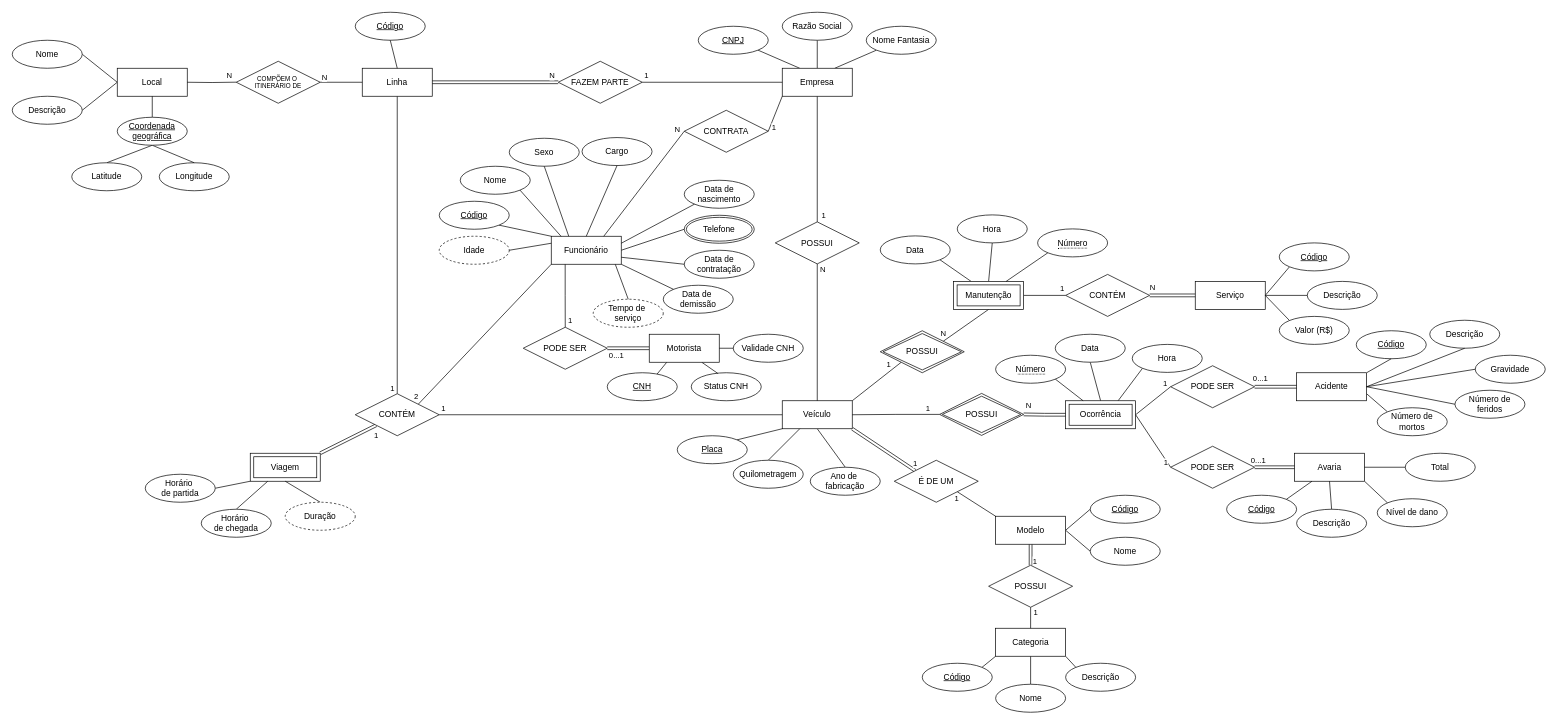
Earlier version of the draw.io diagram drawio/conceptual_model.drawio (gscolombo/Projeto---BD). Source tidied: cells renumbered, new cells numbered last; positions are measured from the earlier drawing's top-left corner, leaving out a move shared by most shapes. Both pictures are drawn from the tidied source at 70%, with x=0, y=0 at pixel (12, 12).
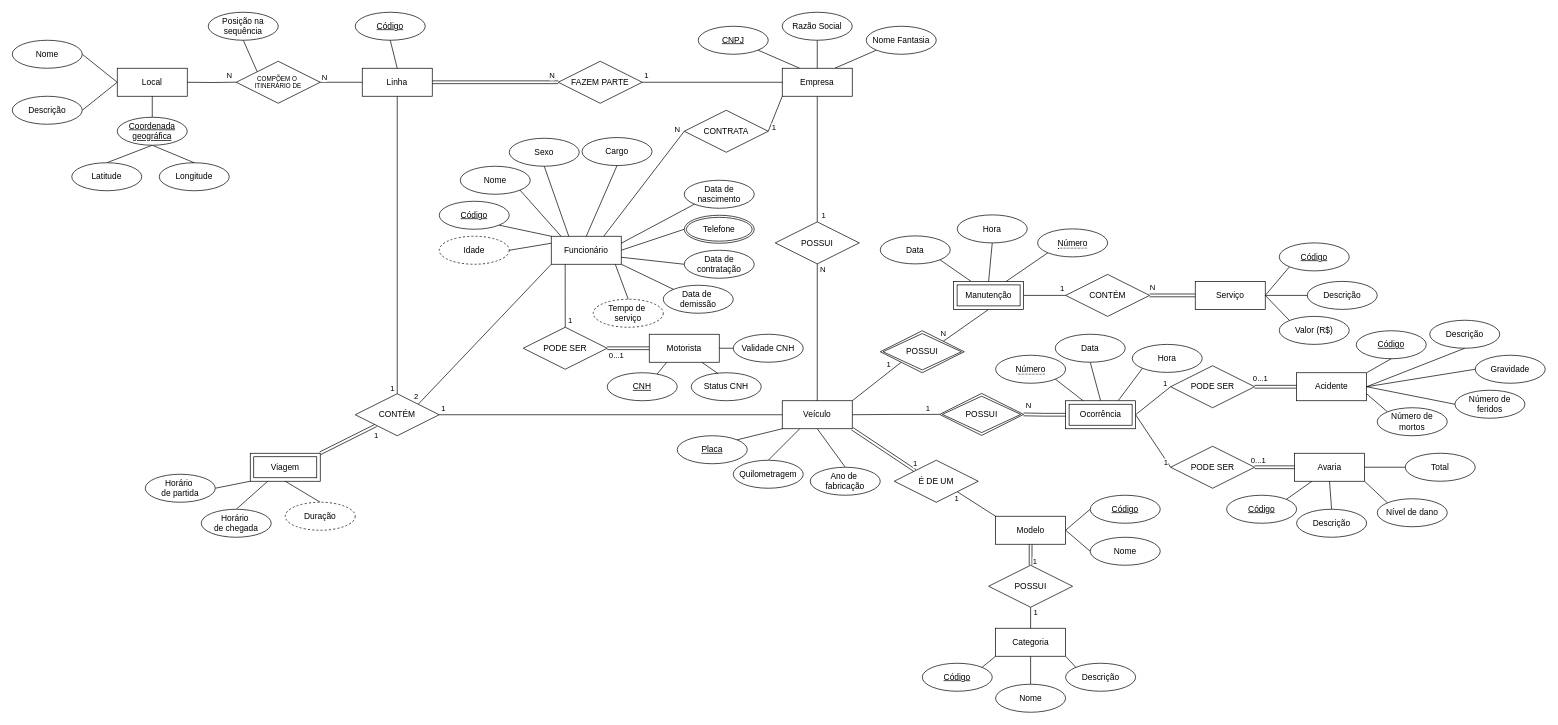
The same page after the edit.

Commit message:
Inclusão de atributo de relacionamento entre linha e local

Unchanged cells that the change refers to:
```xml
<mxCell id="56" value="COMPÕEM O &#10;ITINERÁRIO DE" style="shape=rhombus;perimeter=rhombusPerimeter;align=center;verticalAlign=middle;labelPosition=center;verticalLabelPosition=middle;spacing=0;fontSize=9;" parent="1" vertex="1">
  <mxGeometry x="320" y="70" width="120" height="60" as="geometry" />
</mxCell>
```

Diff of the diagram source:
```diff
@@
+    <mxCell id="188" style="rounded=0;jettySize=auto;html=1;exitX=0;exitY=0;exitDx=0;exitDy=0;entryX=0.5;entryY=1;entryDx=0;entryDy=0;endArrow=none;endFill=0;" parent="1" edge="1" source="56" target="189">
+      <mxGeometry relative="1" as="geometry" />
+    </mxCell>
@@
+    <mxCell id="189" value="Posição na sequência" style="ellipse;whiteSpace=wrap;html=1;align=center;fontStyle=0;" parent="1" vertex="1">
+      <mxGeometry x="280" width="100" height="40" as="geometry" />
+    </mxCell>
```
